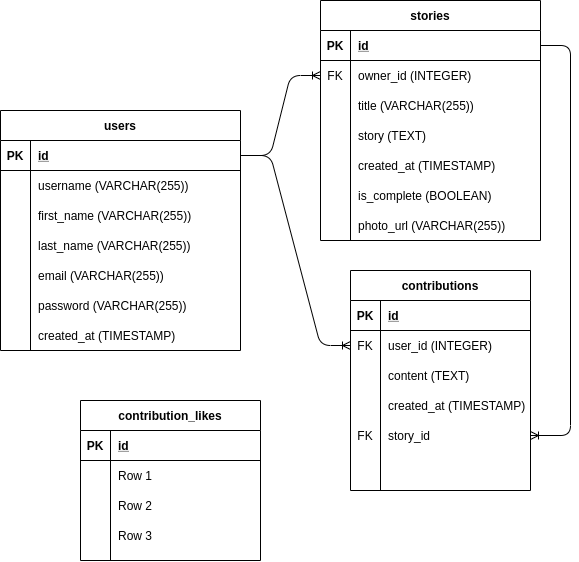
Earlier version of the draw.io export ERD.png (RongxinZhang/story-creator). Source tidied: cells renumbered, new cells last; positions are measured from the earlier drawing's top-left corner, leaving out a move shared by most shapes.
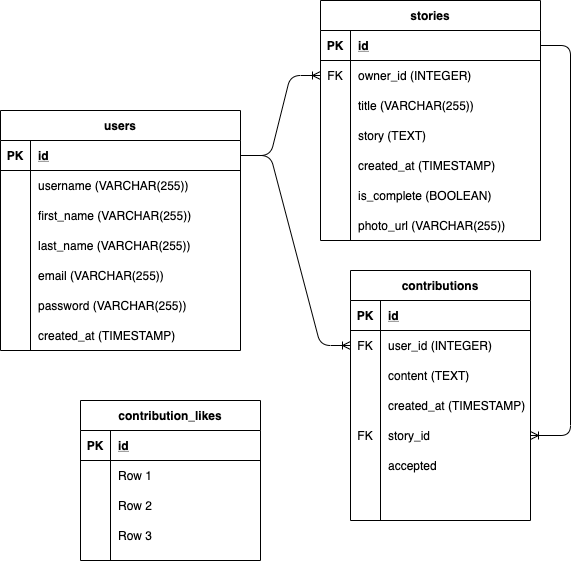
Later version of the same file.

What changed in the source:
```diff
@@ -138,7 +138,7 @@
       <mxGeometry x="30" width="190" height="30" as="geometry" />
     </mxCell>
     <mxCell id="47" value="contributions" style="shape=table;startSize=30;rowLines=0;fontStyle=1;align=center;" parent="1" vertex="1">
-      <mxGeometry x="350" y="270" width="180" height="220" as="geometry" />
+      <mxGeometry x="350" y="270" width="180" height="250" as="geometry" />
     </mxCell>
     <mxCell id="48" style="shape=partialRectangle;fillColor=none;top=0;left=0;bottom=1;right=0;" parent="47" vertex="1">
       <mxGeometry y="30" width="180" height="30" as="geometry" />
@@ -185,6 +185,15 @@
     <mxCell id="62" value="story_id" style="shape=partialRectangle;fillColor=none;top=0;left=0;bottom=0;right=0;align=left;spacingLeft=6;overflow=hidden;" parent="60" vertex="1">
       <mxGeometry x="30" width="150" height="30" as="geometry" />
     </mxCell>
+    <mxCell id="78" style="shape=partialRectangle;fillColor=none;top=0;left=0;bottom=0;right=0;" parent="47" vertex="1">
+      <mxGeometry y="180" width="180" height="30" as="geometry" />
+    </mxCell>
+    <mxCell id="79" style="shape=partialRectangle;fillColor=none;top=0;left=0;bottom=0;right=0;overflow=hidden;" parent="78" vertex="1">
+      <mxGeometry width="30" height="30" as="geometry" />
+    </mxCell>
+    <mxCell id="80" value="accepted" style="shape=partialRectangle;fillColor=none;top=0;left=0;bottom=0;right=0;align=left;spacingLeft=6;overflow=hidden;" parent="78" vertex="1">
+      <mxGeometry x="30" width="150" height="30" as="geometry" />
+    </mxCell>
     <mxCell id="63" style="edgeStyle=entityRelationEdgeStyle;fontSize=12;html=1;endArrow=ERoneToMany;exitX=1;exitY=0.5;exitDx=0;exitDy=0;entryX=0;entryY=0.5;entryDx=0;entryDy=0;" parent="1" edge="1" source="4" target="51">
       <mxGeometry relative="1" as="geometry" />
     </mxCell>
```
